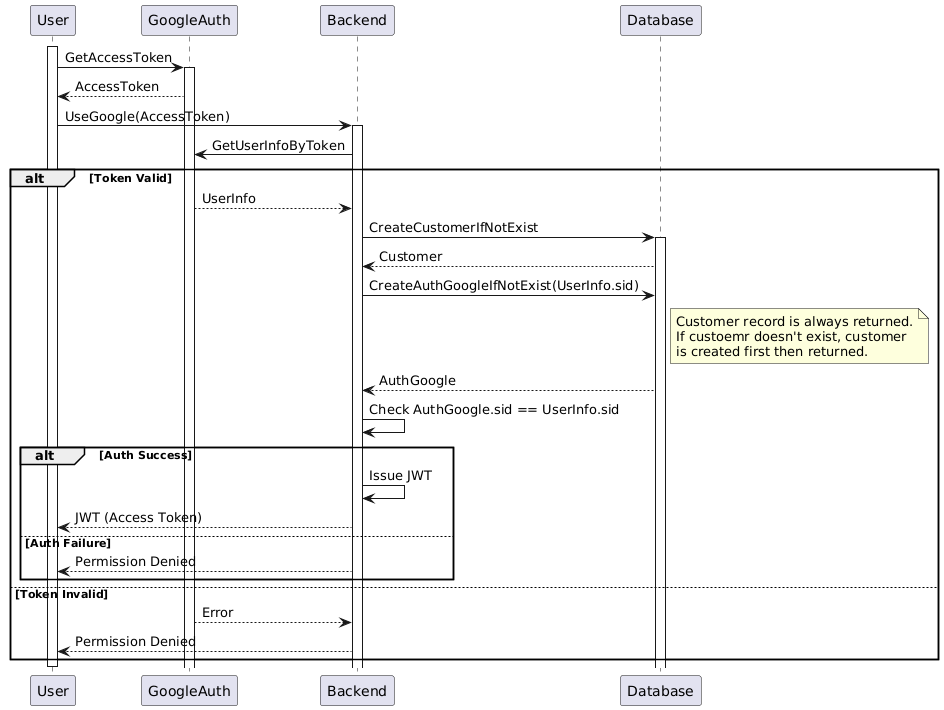
This is docs/diagrams/out/docs/diagrams/sequence-diagrams/all-sequence-diagrams/Continue with Google.png from jadwalapp/symmetrical-spoon, a PlantUML export, as it was before one commit.
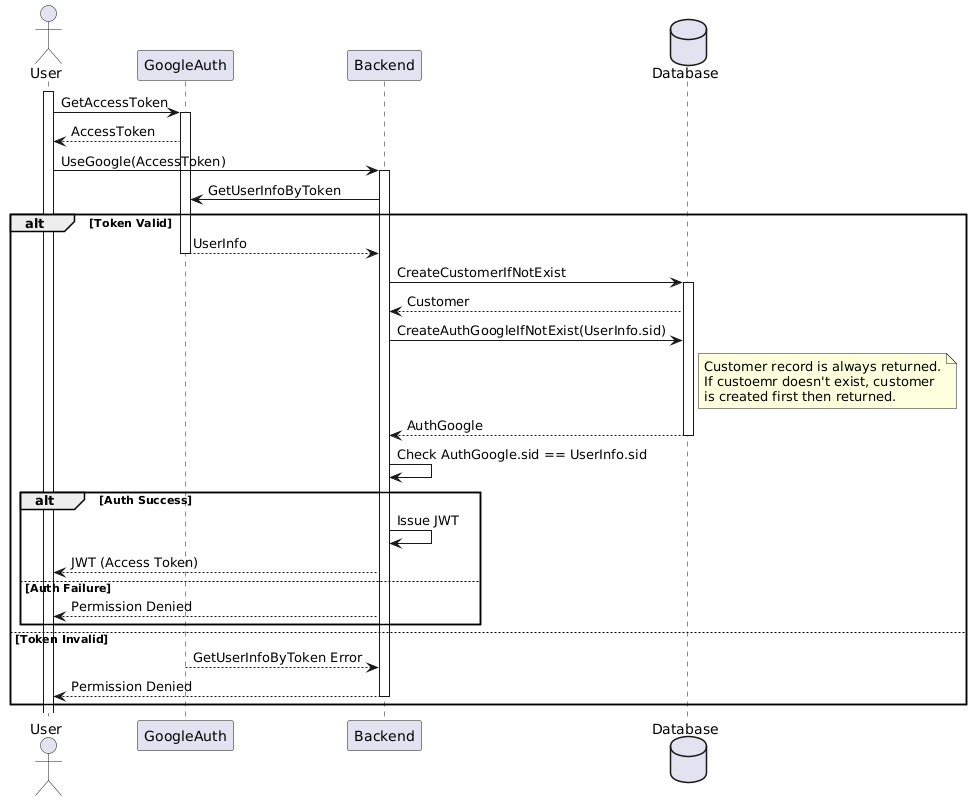
The same file after the commit.

Change to the diagram source:
```diff
@@ -1,4 +1,9 @@
 @startuml
+actor User
+participant GoogleAuth
+participant Backend
+database Database
+
 activate User
 
 User -> GoogleAuth ++ : GetAccessToken
@@ -7,14 +12,14 @@
 User -> Backend ++ : UseGoogle(AccessToken)
 Backend -> GoogleAuth : GetUserInfoByToken
 alt Token Valid
-    GoogleAuth --> Backend : UserInfo
+    GoogleAuth --> Backend -- : UserInfo
 
     Backend -> Database ++ : CreateCustomerIfNotExist
     Database --> Backend : Customer
 
     Backend -> Database : CreateAuthGoogleIfNotExist(UserInfo.sid)
     note right of Database : Customer record is always returned.\nIf custoemr doesn't exist, customer\nis created first then returned.
-    Database --> Backend : AuthGoogle
+    Database --> Backend  -- : AuthGoogle
 
     Backend -> Backend : Check AuthGoogle.sid == UserInfo.sid
     alt Auth Success
@@ -24,9 +29,7 @@
         Backend --> User : Permission Denied
     end
 else Token Invalid
-    GoogleAuth --> Backend : Error
-    Backend --> User : Permission Denied
+    GoogleAuth --> Backend : GetUserInfoByToken Error
+    Backend --> User -- : Permission Denied
 end
-
-deactivate User
 @enduml
```
